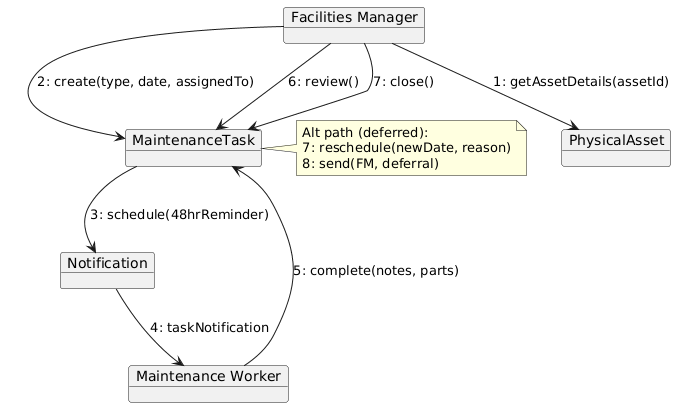
Before: Diagrams/Collaboration Diagrams/BS_FCM_04.png, a diagram exported from PlantUML (erindkotobelli12/BankManagementSystem).
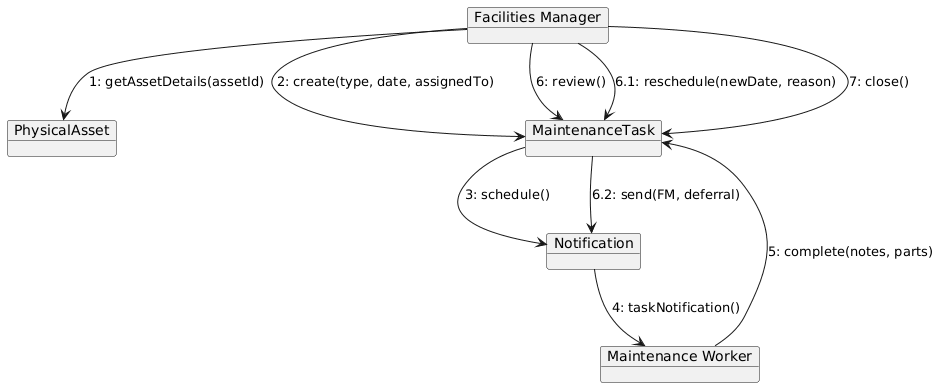
The same diagram one commit later.

The edit, as a diff of the source:
```diff
@@ -1,6 +1,4 @@
 @startuml
-skinparam objectStyle rectangle
-
 object "Facilities Manager" as FM
 object "PhysicalAsset" as PA
 object "MaintenanceTask" as MT
@@ -9,15 +7,11 @@
 
 FM --> PA : 1: getAssetDetails(assetId)
 FM --> MT : 2: create(type, date, assignedTo)
-MT --> N  : 3: schedule(48hrReminder)
-N  --> MW : 4: taskNotification
+MT --> N : 3: schedule()
+N --> MW : 4: taskNotification()
 MW --> MT : 5: complete(notes, parts)
 FM --> MT : 6: review()
+FM --> MT : 6.1: reschedule(newDate, reason)
+MT --> N : 6.2: send(FM, deferral)
 FM --> MT : 7: close()
-
-note right of MT #lightyellow
-  Alt path (deferred):
-  7: reschedule(newDate, reason)
-  8: send(FM, deferral)
-end note
 @enduml
```
